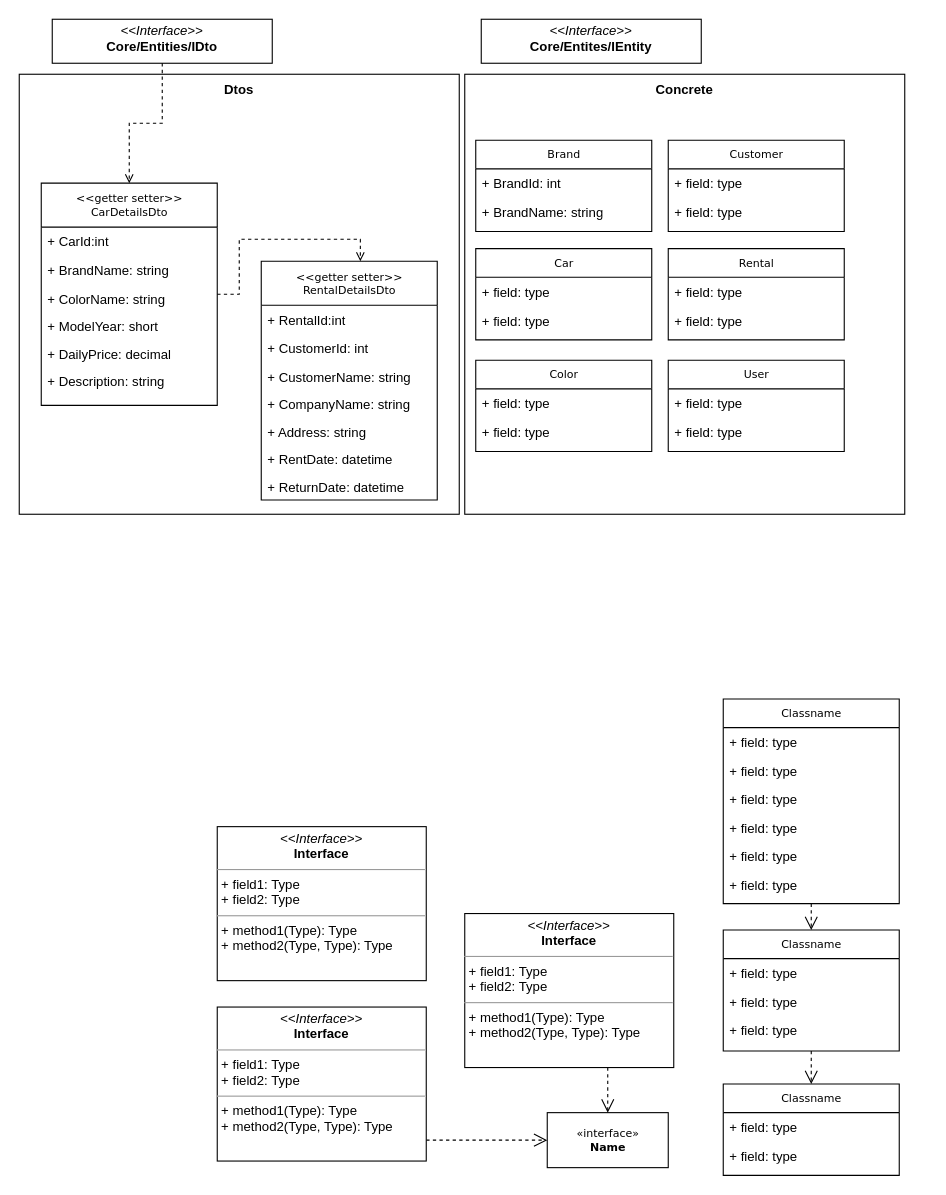
This is Entities/Untitled Diagram.drawio from muhammedazman/ReCapProject, a draw.io file, before an edit. Source tidied: cells renumbered, new cells numbered last; positions are measured from the earlier drawing's top-left corner, leaving out a move shared by most shapes. Both pictures are drawn from the tidied source at 110%, with x=0, y=0 at pixel (19, 19).
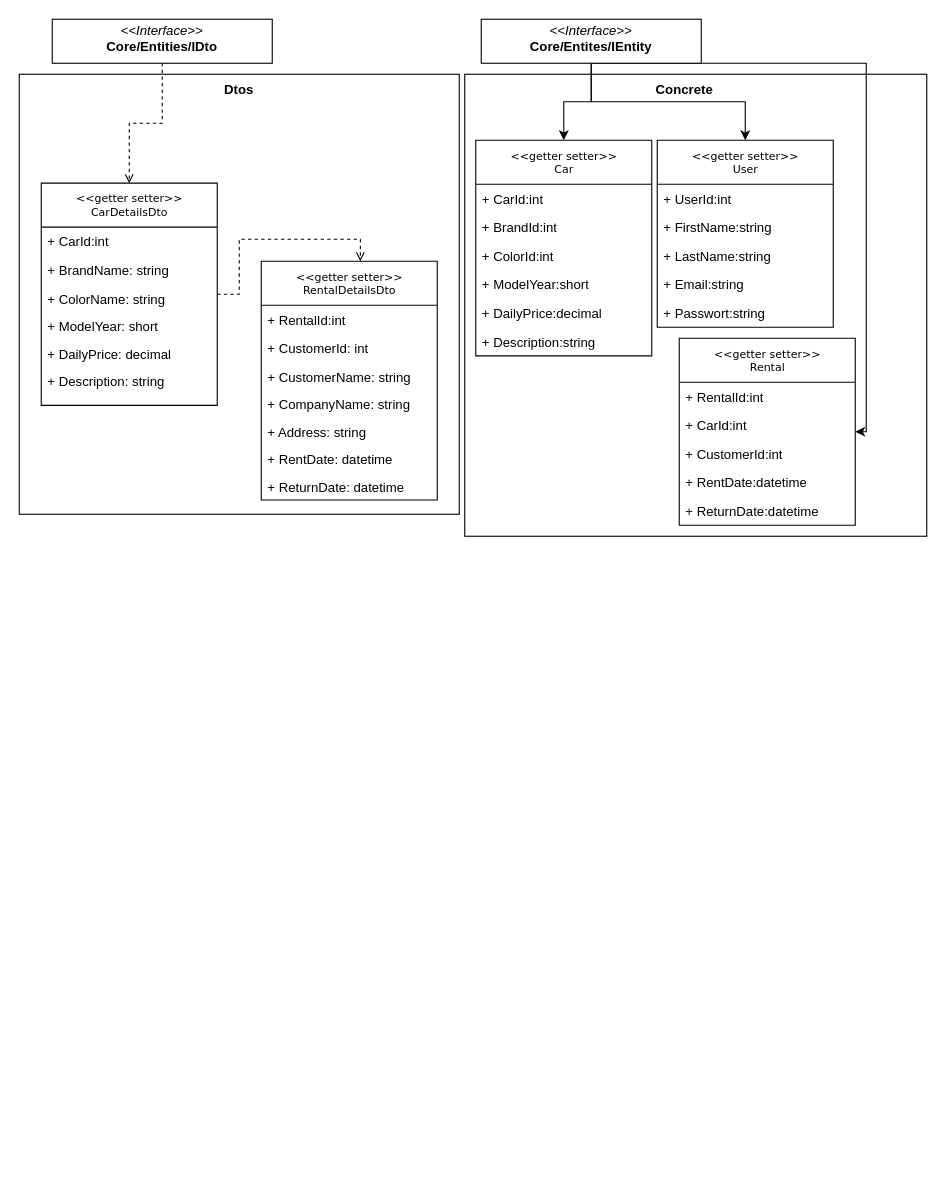
The same page after the edit.

The change refers to these unchanged cells:
```xml
<mxCell id="44" value="&lt;p style=&quot;margin: 0px ; margin-top: 4px ; text-align: center&quot;&gt;&lt;i&gt;&amp;lt;&amp;lt;Interface&amp;gt;&amp;gt;&lt;/i&gt;&lt;br&gt;&lt;b&gt;Core/Entites/IEntity&lt;/b&gt;&lt;/p&gt;" style="verticalAlign=top;align=left;overflow=fill;fontSize=12;fontFamily=Helvetica;html=1;rounded=0;shadow=0;comic=0;labelBackgroundColor=none;strokeWidth=1;" parent="1" vertex="1">
  <mxGeometry x="420" width="200" height="40" as="geometry" />
</mxCell>
```

The edit, as a diff of the source:
```diff
@@
     <mxCell id="2" style="whiteSpace=wrap;html=1;" parent="1" vertex="1">
-      <mxGeometry x="405" y="50" width="400" height="400" as="geometry" />
+      <mxGeometry x="405" y="50" width="420" height="420" as="geometry" />
     </mxCell>
-    <mxCell id="3" style="edgeStyle=orthogonalEdgeStyle;rounded=0;html=1;dashed=1;labelBackgroundColor=none;startFill=0;endArrow=open;endFill=0;endSize=10;fontFamily=Verdana;fontSize=10;" parent="1" edge="1" source="4" target="15">
-      <mxGeometry relative="1" as="geometry" />
-    </mxCell>
-    <mxCell id="4" value="Classname" style="swimlane;html=1;fontStyle=0;horizontal=1;startSize=26;fillColor=none;swimlaneFillColor=#ffffff;rounded=0;shadow=0;comic=0;labelBackgroundColor=none;strokeWidth=1;fontFamily=Verdana;fontSize=10;align=center;" parent="1" vertex="1">
-      <mxGeometry x="640" y="618" width="160" height="186" as="geometry" />
-    </mxCell>
-    <mxCell id="5" value="+ field: type" style="text;html=1;strokeColor=none;fillColor=none;align=left;verticalAlign=top;spacingLeft=4;spacingRight=4;whiteSpace=wrap;overflow=hidden;" parent="4" vertex="1">
-      <mxGeometry y="26" width="160" height="26" as="geometry" />
-    </mxCell>
-    <mxCell id="6" value="+ field: type" style="text;html=1;strokeColor=none;fillColor=none;align=left;verticalAlign=top;spacingLeft=4;spacingRight=4;whiteSpace=wrap;overflow=hidden;" parent="4" vertex="1">
-      <mxGeometry y="52" width="160" height="26" as="geometry" />
-    </mxCell>
-    <mxCell id="7" value="+ field: type" style="text;html=1;strokeColor=none;fillColor=none;align=left;verticalAlign=top;spacingLeft=4;spacingRight=4;whiteSpace=wrap;overflow=hidden;" parent="4" vertex="1">
-      <mxGeometry y="78" width="160" height="26" as="geometry" />
-    </mxCell>
-    <mxCell id="8" value="+ field: type" style="text;html=1;strokeColor=none;fillColor=none;align=left;verticalAlign=top;spacingLeft=4;spacingRight=4;whiteSpace=wrap;overflow=hidden;" parent="4" vertex="1">
-      <mxGeometry y="104" width="160" height="26" as="geometry" />
-    </mxCell>
-    <mxCell id="9" value="+ field: type" style="text;html=1;strokeColor=none;fillColor=none;align=left;verticalAlign=top;spacingLeft=4;spacingRight=4;whiteSpace=wrap;overflow=hidden;" parent="4" vertex="1">
-      <mxGeometry y="130" width="160" height="26" as="geometry" />
-    </mxCell>
-    <mxCell id="10" value="+ field: type" style="text;html=1;strokeColor=none;fillColor=none;align=left;verticalAlign=top;spacingLeft=4;spacingRight=4;whiteSpace=wrap;overflow=hidden;" parent="4" vertex="1">
-      <mxGeometry y="156" width="160" height="26" as="geometry" />
-    </mxCell>
-    <mxCell id="11" value="Classname" style="swimlane;html=1;fontStyle=0;horizontal=1;startSize=26;fillColor=none;swimlaneFillColor=#ffffff;rounded=0;shadow=0;comic=0;labelBackgroundColor=none;strokeWidth=1;fontFamily=Verdana;fontSize=10;align=center;" parent="1" vertex="1">
-      <mxGeometry x="640" y="968" width="160" height="83" as="geometry" />
-    </mxCell>
-    <mxCell id="12" value="+ field: type" style="text;html=1;strokeColor=none;fillColor=none;align=left;verticalAlign=top;spacingLeft=4;spacingRight=4;whiteSpace=wrap;overflow=hidden;" parent="11" vertex="1">
-      <mxGeometry y="26" width="160" height="26" as="geometry" />
-    </mxCell>
-    <mxCell id="13" value="+ field: type" style="text;html=1;strokeColor=none;fillColor=none;align=left;verticalAlign=top;spacingLeft=4;spacingRight=4;whiteSpace=wrap;overflow=hidden;" parent="11" vertex="1">
-      <mxGeometry y="52" width="160" height="26" as="geometry" />
-    </mxCell>
-    <mxCell id="14" style="edgeStyle=orthogonalEdgeStyle;rounded=0;html=1;dashed=1;labelBackgroundColor=none;startFill=0;endArrow=open;endFill=0;endSize=10;fontFamily=Verdana;fontSize=10;" parent="1" edge="1" source="15" target="11">
-      <mxGeometry relative="1" as="geometry" />
-    </mxCell>
-    <mxCell id="15" value="Classname" style="swimlane;html=1;fontStyle=0;horizontal=1;startSize=26;fillColor=none;swimlaneFillColor=#ffffff;rounded=0;shadow=0;comic=0;labelBackgroundColor=none;strokeWidth=1;fontFamily=Verdana;fontSize=10;align=center;" parent="1" vertex="1">
-      <mxGeometry x="640" y="828" width="160" height="110" as="geometry" />
-    </mxCell>
-    <mxCell id="16" value="+ field: type" style="text;html=1;strokeColor=none;fillColor=none;align=left;verticalAlign=top;spacingLeft=4;spacingRight=4;whiteSpace=wrap;overflow=hidden;" parent="15" vertex="1">
-      <mxGeometry y="26" width="160" height="26" as="geometry" />
-    </mxCell>
-    <mxCell id="17" value="+ field: type" style="text;html=1;strokeColor=none;fillColor=none;align=left;verticalAlign=top;spacingLeft=4;spacingRight=4;whiteSpace=wrap;overflow=hidden;" parent="15" vertex="1">
-      <mxGeometry y="52" width="160" height="26" as="geometry" />
-    </mxCell>
-    <mxCell id="18" value="+ field: type" style="text;html=1;strokeColor=none;fillColor=none;align=left;verticalAlign=top;spacingLeft=4;spacingRight=4;whiteSpace=wrap;overflow=hidden;" parent="15" vertex="1">
-      <mxGeometry y="78" width="160" height="26" as="geometry" />
-    </mxCell>
-    <mxCell id="19" value="Brand" style="swimlane;html=1;fontStyle=0;horizontal=1;startSize=26;fillColor=none;swimlaneFillColor=#ffffff;rounded=0;shadow=0;comic=0;labelBackgroundColor=none;strokeWidth=1;fontFamily=Verdana;fontSize=10;align=center;" parent="1" vertex="1">
-      <mxGeometry x="415" y="110" width="160" height="83" as="geometry" />
-    </mxCell>
-    <mxCell id="20" value="+ BrandId: int" style="text;html=1;strokeColor=none;fillColor=none;align=left;verticalAlign=top;spacingLeft=4;spacingRight=4;whiteSpace=wrap;overflow=hidden;" parent="19" vertex="1">
-      <mxGeometry y="26" width="160" height="26" as="geometry" />
-    </mxCell>
-    <mxCell id="21" value="+ BrandName: string" style="text;html=1;strokeColor=none;fillColor=none;align=left;verticalAlign=top;spacingLeft=4;spacingRight=4;whiteSpace=wrap;overflow=hidden;" parent="19" vertex="1">
-      <mxGeometry y="52" width="160" height="26" as="geometry" />
-    </mxCell>
-    <mxCell id="22" value="Car" style="swimlane;html=1;fontStyle=0;horizontal=1;startSize=26;fillColor=none;swimlaneFillColor=#ffffff;rounded=0;shadow=0;comic=0;labelBackgroundColor=none;strokeWidth=1;fontFamily=Verdana;fontSize=10;align=center;" parent="1" vertex="1">
-      <mxGeometry x="415" y="208.5" width="160" height="83" as="geometry" />
+    <mxCell id="22" value="&amp;lt;&amp;lt;getter setter&amp;gt;&amp;gt;&lt;br&gt;Car" style="swimlane;html=1;fontStyle=0;horizontal=1;startSize=40;fillColor=none;swimlaneFillColor=#ffffff;rounded=0;shadow=0;comic=0;labelBackgroundColor=none;strokeWidth=1;fontFamily=Verdana;fontSize=10;align=center;" parent="1" vertex="1">
+      <mxGeometry x="415" y="110" width="160" height="196" as="geometry" />
     </mxCell>
-    <mxCell id="23" value="+ field: type" style="text;html=1;strokeColor=none;fillColor=none;align=left;verticalAlign=top;spacingLeft=4;spacingRight=4;whiteSpace=wrap;overflow=hidden;" parent="22" vertex="1">
-      <mxGeometry y="26" width="160" height="26" as="geometry" />
+    <mxCell id="23" value="+ CarId:int" style="text;html=1;strokeColor=none;fillColor=none;align=left;verticalAlign=top;spacingLeft=4;spacingRight=4;whiteSpace=wrap;overflow=hidden;" parent="22" vertex="1">
+      <mxGeometry y="40" width="160" height="26" as="geometry" />
     </mxCell>
-    <mxCell id="24" value="+ field: type" style="text;html=1;strokeColor=none;fillColor=none;align=left;verticalAlign=top;spacingLeft=4;spacingRight=4;whiteSpace=wrap;overflow=hidden;" parent="22" vertex="1">
-      <mxGeometry y="52" width="160" height="26" as="geometry" />
-    </mxCell>
-    <mxCell id="25" value="Color" style="swimlane;html=1;fontStyle=0;horizontal=1;startSize=26;fillColor=none;swimlaneFillColor=#ffffff;rounded=0;shadow=0;comic=0;labelBackgroundColor=none;strokeWidth=1;fontFamily=Verdana;fontSize=10;align=center;" parent="1" vertex="1">
-      <mxGeometry x="415" y="310" width="160" height="83" as="geometry" />
-    </mxCell>
-    <mxCell id="26" value="+ field: type" style="text;html=1;strokeColor=none;fillColor=none;align=left;verticalAlign=top;spacingLeft=4;spacingRight=4;whiteSpace=wrap;overflow=hidden;" parent="25" vertex="1">
-      <mxGeometry y="26" width="160" height="26" as="geometry" />
-    </mxCell>
-    <mxCell id="27" value="+ field: type" style="text;html=1;strokeColor=none;fillColor=none;align=left;verticalAlign=top;spacingLeft=4;spacingRight=4;whiteSpace=wrap;overflow=hidden;" parent="25" vertex="1">
-      <mxGeometry y="52" width="160" height="26" as="geometry" />
-    </mxCell>
-    <mxCell id="28" value="Customer" style="swimlane;html=1;fontStyle=0;horizontal=1;startSize=26;fillColor=none;swimlaneFillColor=#ffffff;rounded=0;shadow=0;comic=0;labelBackgroundColor=none;strokeWidth=1;fontFamily=Verdana;fontSize=10;align=center;" parent="1" vertex="1">
-      <mxGeometry x="590" y="110" width="160" height="83" as="geometry" />
-    </mxCell>
-    <mxCell id="29" value="+ field: type" style="text;html=1;strokeColor=none;fillColor=none;align=left;verticalAlign=top;spacingLeft=4;spacingRight=4;whiteSpace=wrap;overflow=hidden;" parent="28" vertex="1">
-      <mxGeometry y="26" width="160" height="26" as="geometry" />
-    </mxCell>
-    <mxCell id="30" value="+ field: type" style="text;html=1;strokeColor=none;fillColor=none;align=left;verticalAlign=top;spacingLeft=4;spacingRight=4;whiteSpace=wrap;overflow=hidden;" parent="28" vertex="1">
-      <mxGeometry y="52" width="160" height="26" as="geometry" />
-    </mxCell>
-    <mxCell id="31" value="Rental" style="swimlane;html=1;fontStyle=0;horizontal=1;startSize=26;fillColor=none;swimlaneFillColor=#ffffff;rounded=0;shadow=0;comic=0;labelBackgroundColor=none;strokeWidth=1;fontFamily=Verdana;fontSize=10;align=center;" parent="1" vertex="1">
-      <mxGeometry x="590" y="208.5" width="160" height="83" as="geometry" />
-    </mxCell>
-    <mxCell id="32" value="+ field: type" style="text;html=1;strokeColor=none;fillColor=none;align=left;verticalAlign=top;spacingLeft=4;spacingRight=4;whiteSpace=wrap;overflow=hidden;" parent="31" vertex="1">
-      <mxGeometry y="26" width="160" height="26" as="geometry" />
-    </mxCell>
-    <mxCell id="33" value="+ field: type" style="text;html=1;strokeColor=none;fillColor=none;align=left;verticalAlign=top;spacingLeft=4;spacingRight=4;whiteSpace=wrap;overflow=hidden;" parent="31" vertex="1">
-      <mxGeometry y="52" width="160" height="26" as="geometry" />
-    </mxCell>
+    <mxCell id="66" value="+ BrandId:int" style="text;html=1;strokeColor=none;fillColor=none;align=left;verticalAlign=top;spacingLeft=4;spacingRight=4;whiteSpace=wrap;overflow=hidden;" parent="22" vertex="1">
+      <mxGeometry y="66" width="160" height="26" as="geometry" />
+    </mxCell>
+    <mxCell id="67" value="+ ColorId:int" style="text;html=1;strokeColor=none;fillColor=none;align=left;verticalAlign=top;spacingLeft=4;spacingRight=4;whiteSpace=wrap;overflow=hidden;" parent="22" vertex="1">
+      <mxGeometry y="92" width="160" height="26" as="geometry" />
+    </mxCell>
+    <mxCell id="68" value="+ ModelYear:short" style="text;html=1;strokeColor=none;fillColor=none;align=left;verticalAlign=top;spacingLeft=4;spacingRight=4;whiteSpace=wrap;overflow=hidden;" parent="22" vertex="1">
+      <mxGeometry y="118" width="160" height="26" as="geometry" />
+    </mxCell>
+    <mxCell id="69" value="+ DailyPrice:decimal" style="text;html=1;strokeColor=none;fillColor=none;align=left;verticalAlign=top;spacingLeft=4;spacingRight=4;whiteSpace=wrap;overflow=hidden;" parent="22" vertex="1">
+      <mxGeometry y="144" width="160" height="26" as="geometry" />
+    </mxCell>
+    <mxCell id="70" value="+ Description:string" style="text;html=1;strokeColor=none;fillColor=none;align=left;verticalAlign=top;spacingLeft=4;spacingRight=4;whiteSpace=wrap;overflow=hidden;" parent="22" vertex="1">
+      <mxGeometry y="170" width="160" height="26" as="geometry" />
+    </mxCell>
-    <mxCell id="34" value="User" style="swimlane;html=1;fontStyle=0;horizontal=1;startSize=26;fillColor=none;swimlaneFillColor=#ffffff;rounded=0;shadow=0;comic=0;labelBackgroundColor=none;strokeWidth=1;fontFamily=Verdana;fontSize=10;align=center;" parent="1" vertex="1">
-      <mxGeometry x="590" y="310" width="160" height="83" as="geometry" />
+    <mxCell id="34" value="&amp;lt;&amp;lt;getter setter&amp;gt;&amp;gt;&lt;br&gt;User" style="swimlane;html=1;fontStyle=0;horizontal=1;startSize=40;fillColor=none;swimlaneFillColor=#ffffff;rounded=0;shadow=0;comic=0;labelBackgroundColor=none;strokeWidth=1;fontFamily=Verdana;fontSize=10;align=center;" parent="1" vertex="1">
+      <mxGeometry x="580" y="110" width="160" height="170" as="geometry" />
     </mxCell>
-    <mxCell id="35" value="+ field: type" style="text;html=1;strokeColor=none;fillColor=none;align=left;verticalAlign=top;spacingLeft=4;spacingRight=4;whiteSpace=wrap;overflow=hidden;" parent="34" vertex="1">
-      <mxGeometry y="26" width="160" height="26" as="geometry" />
+    <mxCell id="35" value="+ UserId:int" style="text;html=1;strokeColor=none;fillColor=none;align=left;verticalAlign=top;spacingLeft=4;spacingRight=4;whiteSpace=wrap;overflow=hidden;" parent="34" vertex="1">
+      <mxGeometry y="40" width="160" height="26" as="geometry" />
     </mxCell>
-    <mxCell id="36" value="+ field: type" style="text;html=1;strokeColor=none;fillColor=none;align=left;verticalAlign=top;spacingLeft=4;spacingRight=4;whiteSpace=wrap;overflow=hidden;" parent="34" vertex="1">
-      <mxGeometry y="52" width="160" height="26" as="geometry" />
-    </mxCell>
-    <mxCell id="37" value="&amp;laquo;interface&amp;raquo;&lt;br&gt;&lt;b&gt;Name&lt;/b&gt;" style="html=1;rounded=0;shadow=0;comic=0;labelBackgroundColor=none;strokeWidth=1;fontFamily=Verdana;fontSize=10;align=center;" parent="1" vertex="1">
-      <mxGeometry x="480" y="994" width="110" height="50" as="geometry" />
-    </mxCell>
-    <mxCell id="38" style="edgeStyle=orthogonalEdgeStyle;rounded=0;html=1;dashed=1;labelBackgroundColor=none;startFill=0;endArrow=open;endFill=0;endSize=10;fontFamily=Verdana;fontSize=10;" parent="1" edge="1" source="39" target="37">
-      <mxGeometry relative="1" as="geometry">
-        <Array as="points">
-          <mxPoint x="535" y="960" />
-          <mxPoint x="535" y="960" />
-        </Array>
-      </mxGeometry>
-    </mxCell>
-    <mxCell id="39" value="&lt;p style=&quot;margin:0px;margin-top:4px;text-align:center;&quot;&gt;&lt;i&gt;&amp;lt;&amp;lt;Interface&amp;gt;&amp;gt;&lt;/i&gt;&lt;br/&gt;&lt;b&gt;Interface&lt;/b&gt;&lt;/p&gt;&lt;hr size=&quot;1&quot;/&gt;&lt;p style=&quot;margin:0px;margin-left:4px;&quot;&gt;+ field1: Type&lt;br/&gt;+ field2: Type&lt;/p&gt;&lt;hr size=&quot;1&quot;/&gt;&lt;p style=&quot;margin:0px;margin-left:4px;&quot;&gt;+ method1(Type): Type&lt;br/&gt;+ method2(Type, Type): Type&lt;/p&gt;" style="verticalAlign=top;align=left;overflow=fill;fontSize=12;fontFamily=Helvetica;html=1;rounded=0;shadow=0;comic=0;labelBackgroundColor=none;strokeWidth=1;" parent="1" vertex="1">
-      <mxGeometry x="405" y="813" width="190" height="140" as="geometry" />
-    </mxCell>
-    <mxCell id="40" style="edgeStyle=orthogonalEdgeStyle;rounded=0;html=1;dashed=1;labelBackgroundColor=none;startFill=0;endArrow=open;endFill=0;endSize=10;fontFamily=Verdana;fontSize=10;" parent="1" edge="1" source="41" target="37">
-      <mxGeometry relative="1" as="geometry">
-        <Array as="points">
-          <mxPoint x="400" y="1019" />
-          <mxPoint x="400" y="1019" />
-        </Array>
-      </mxGeometry>
-    </mxCell>
-    <mxCell id="41" value="&lt;p style=&quot;margin:0px;margin-top:4px;text-align:center;&quot;&gt;&lt;i&gt;&amp;lt;&amp;lt;Interface&amp;gt;&amp;gt;&lt;/i&gt;&lt;br/&gt;&lt;b&gt;Interface&lt;/b&gt;&lt;/p&gt;&lt;hr size=&quot;1&quot;/&gt;&lt;p style=&quot;margin:0px;margin-left:4px;&quot;&gt;+ field1: Type&lt;br/&gt;+ field2: Type&lt;/p&gt;&lt;hr size=&quot;1&quot;/&gt;&lt;p style=&quot;margin:0px;margin-left:4px;&quot;&gt;+ method1(Type): Type&lt;br/&gt;+ method2(Type, Type): Type&lt;/p&gt;" style="verticalAlign=top;align=left;overflow=fill;fontSize=12;fontFamily=Helvetica;html=1;rounded=0;shadow=0;comic=0;labelBackgroundColor=none;strokeWidth=1;" parent="1" vertex="1">
-      <mxGeometry x="180" y="898" width="190" height="140" as="geometry" />
-    </mxCell>
-    <mxCell id="42" value="&lt;p style=&quot;margin:0px;margin-top:4px;text-align:center;&quot;&gt;&lt;i&gt;&amp;lt;&amp;lt;Interface&amp;gt;&amp;gt;&lt;/i&gt;&lt;br/&gt;&lt;b&gt;Interface&lt;/b&gt;&lt;/p&gt;&lt;hr size=&quot;1&quot;/&gt;&lt;p style=&quot;margin:0px;margin-left:4px;&quot;&gt;+ field1: Type&lt;br/&gt;+ field2: Type&lt;/p&gt;&lt;hr size=&quot;1&quot;/&gt;&lt;p style=&quot;margin:0px;margin-left:4px;&quot;&gt;+ method1(Type): Type&lt;br/&gt;+ method2(Type, Type): Type&lt;/p&gt;" style="verticalAlign=top;align=left;overflow=fill;fontSize=12;fontFamily=Helvetica;html=1;rounded=0;shadow=0;comic=0;labelBackgroundColor=none;strokeWidth=1;" parent="1" vertex="1">
-      <mxGeometry x="180" y="734" width="190" height="140" as="geometry" />
-    </mxCell>
+    <mxCell id="71" value="+ FirstName:string" style="text;html=1;strokeColor=none;fillColor=none;align=left;verticalAlign=top;spacingLeft=4;spacingRight=4;whiteSpace=wrap;overflow=hidden;" parent="34" vertex="1">
+      <mxGeometry y="66" width="160" height="26" as="geometry" />
+    </mxCell>
+    <mxCell id="72" value="+ LastName:string" style="text;html=1;strokeColor=none;fillColor=none;align=left;verticalAlign=top;spacingLeft=4;spacingRight=4;whiteSpace=wrap;overflow=hidden;" parent="34" vertex="1">
+      <mxGeometry y="92" width="160" height="26" as="geometry" />
+    </mxCell>
+    <mxCell id="73" value="+ Email:string" style="text;html=1;strokeColor=none;fillColor=none;align=left;verticalAlign=top;spacingLeft=4;spacingRight=4;whiteSpace=wrap;overflow=hidden;" parent="34" vertex="1">
+      <mxGeometry y="118" width="160" height="26" as="geometry" />
+    </mxCell>
+    <mxCell id="74" value="+ Passwort:string" style="text;html=1;strokeColor=none;fillColor=none;align=left;verticalAlign=top;spacingLeft=4;spacingRight=4;whiteSpace=wrap;overflow=hidden;" parent="34" vertex="1">
+      <mxGeometry y="144" width="160" height="26" as="geometry" />
+    </mxCell>
+    <mxCell id="75" value="&amp;lt;&amp;lt;getter setter&amp;gt;&amp;gt;&lt;br&gt;Rental" style="swimlane;html=1;fontStyle=0;horizontal=1;startSize=40;fillColor=none;swimlaneFillColor=#ffffff;rounded=0;shadow=0;comic=0;labelBackgroundColor=none;strokeWidth=1;fontFamily=Verdana;fontSize=10;align=center;" parent="1" vertex="1">
+      <mxGeometry x="600" y="290" width="160" height="170" as="geometry" />
+    </mxCell>
+    <mxCell id="76" value="+ RentalId:int" style="text;html=1;strokeColor=none;fillColor=none;align=left;verticalAlign=top;spacingLeft=4;spacingRight=4;whiteSpace=wrap;overflow=hidden;" parent="75" vertex="1">
+      <mxGeometry y="40" width="160" height="26" as="geometry" />
+    </mxCell>
+    <mxCell id="77" value="+ CarId:int" style="text;html=1;strokeColor=none;fillColor=none;align=left;verticalAlign=top;spacingLeft=4;spacingRight=4;whiteSpace=wrap;overflow=hidden;" parent="75" vertex="1">
+      <mxGeometry y="66" width="160" height="26" as="geometry" />
+    </mxCell>
+    <mxCell id="78" value="+ CustomerId:int" style="text;html=1;strokeColor=none;fillColor=none;align=left;verticalAlign=top;spacingLeft=4;spacingRight=4;whiteSpace=wrap;overflow=hidden;" parent="75" vertex="1">
+      <mxGeometry y="92" width="160" height="26" as="geometry" />
+    </mxCell>
+    <mxCell id="79" value="+ RentDate:datetime" style="text;html=1;strokeColor=none;fillColor=none;align=left;verticalAlign=top;spacingLeft=4;spacingRight=4;whiteSpace=wrap;overflow=hidden;" parent="75" vertex="1">
+      <mxGeometry y="118" width="160" height="26" as="geometry" />
+    </mxCell>
+    <mxCell id="80" value="+ ReturnDate:datetime" style="text;html=1;strokeColor=none;fillColor=none;align=left;verticalAlign=top;spacingLeft=4;spacingRight=4;whiteSpace=wrap;overflow=hidden;" parent="75" vertex="1">
+      <mxGeometry y="144" width="160" height="26" as="geometry" />
+    </mxCell>
@@
+    <mxCell id="81" style="edgeStyle=orthogonalEdgeStyle;rounded=0;jettySize=auto;html=1;exitX=0.5;exitY=1;exitDx=0;exitDy=0;entryX=0.5;entryY=0;entryDx=0;entryDy=0;" parent="1" edge="1" source="44" target="22">
+      <mxGeometry relative="1" as="geometry" />
+    </mxCell>
+    <mxCell id="82" style="edgeStyle=orthogonalEdgeStyle;rounded=0;jettySize=auto;html=1;exitX=0.5;exitY=1;exitDx=0;exitDy=0;entryX=0.5;entryY=0;entryDx=0;entryDy=0;" parent="1" edge="1" source="44" target="34">
+      <mxGeometry relative="1" as="geometry" />
+    </mxCell>
+    <mxCell id="83" style="edgeStyle=orthogonalEdgeStyle;rounded=0;jettySize=auto;html=1;exitX=0.5;exitY=1;exitDx=0;exitDy=0;" parent="1" edge="1" source="44" target="75">
+      <mxGeometry relative="1" as="geometry">
+        <Array as="points">
+          <mxPoint x="770" y="40" />
+          <mxPoint x="770" y="375" />
+        </Array>
+      </mxGeometry>
+    </mxCell>
```
